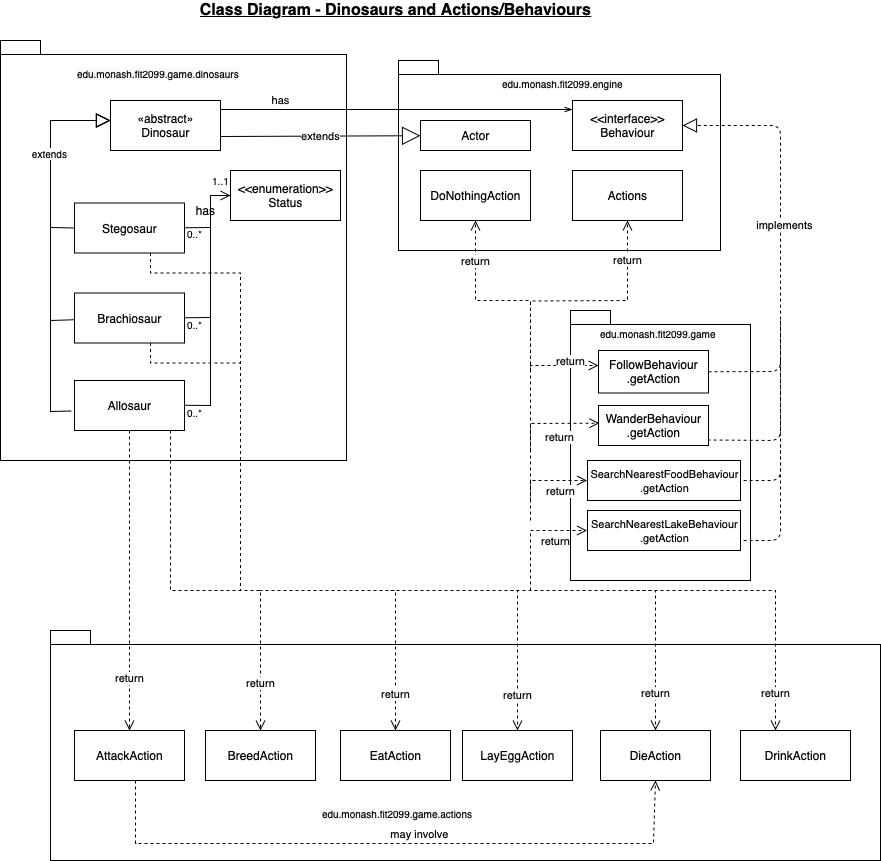
Above: assignment_workings/Class Diagram - Dinosaurs and Actions_Behaviours.png in mltw/fit2099-jurassic-park-2021 (draw.io), before the change. Source tidied: cells renumbered, new cells last; positions are measured from the earlier drawing's top-left corner, leaving out a move shared by most shapes.
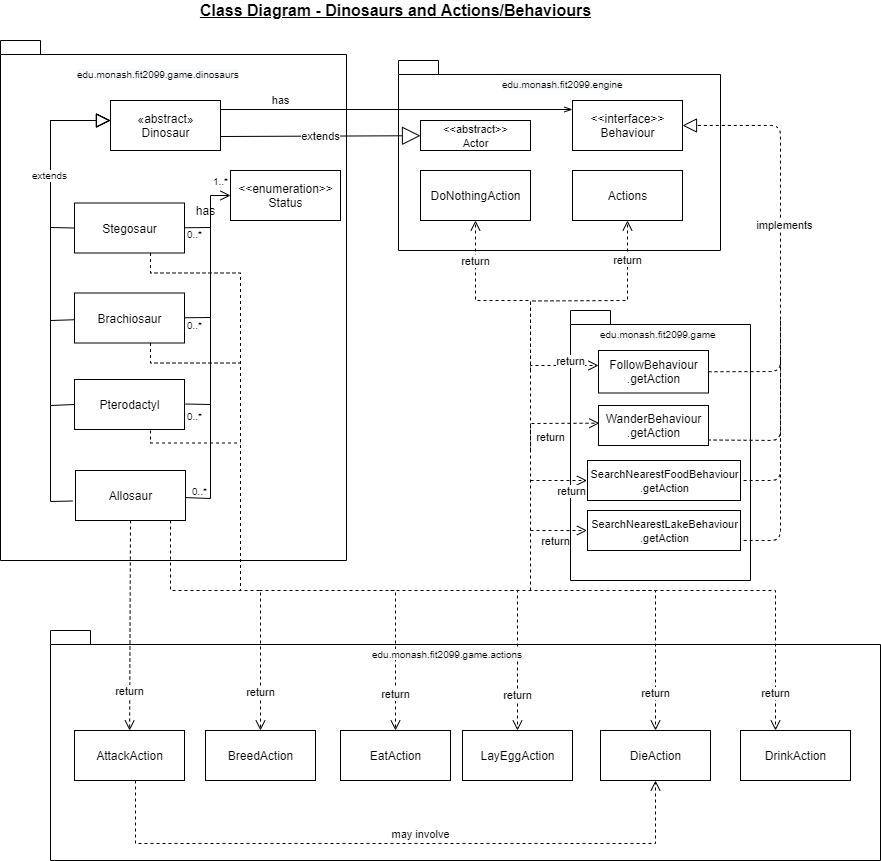
Later version of the same file.

Commit message:
update Class Diagram - Dinosaurs and Actions_Behaviours

Diff of the diagram source:
```diff
@@ -9,7 +9,7 @@
       <mxGeometry x="398" y="60" width="322" height="190" as="geometry" />
     </mxCell>
     <mxCell id="4" style="shape=folder;fontStyle=1;spacingTop=10;tabWidth=40;tabHeight=14;tabPosition=left;html=1;" parent="1" vertex="1">
-      <mxGeometry y="40" width="346" height="420" as="geometry" />
+      <mxGeometry y="40" width="346" height="520" as="geometry" />
     </mxCell>
     <mxCell id="5" style="shape=folder;fontStyle=1;spacingTop=10;tabWidth=40;tabHeight=14;tabPosition=left;html=1;" parent="1" vertex="1">
       <mxGeometry x="570" y="310" width="180" height="270" as="geometry" />
@@ -18,12 +18,12 @@
       <mxGeometry x="74" y="202.5" width="110" height="50" as="geometry" />
     </mxCell>
     <mxCell id="7" value="Allosaur" style="html=1;" parent="1" vertex="1">
-      <mxGeometry x="74" y="380" width="110" height="50" as="geometry" />
+      <mxGeometry x="75" y="470" width="110" height="50" as="geometry" />
     </mxCell>
     <mxCell id="8" value="Brachiosaur" style="html=1;" parent="1" vertex="1">
       <mxGeometry x="74" y="292.5" width="110" height="50" as="geometry" />
     </mxCell>
-    <mxCell id="9" value="Actor" style="html=1;" parent="1" vertex="1">
+    <mxCell id="9" value="&lt;font style=&quot;font-size: 11px&quot;&gt;&amp;lt;&amp;lt;abstract&amp;gt;&amp;gt;&lt;br&gt;Actor&lt;/font&gt;" style="html=1;" parent="1" vertex="1">
       <mxGeometry x="420" y="120" width="110" height="30" as="geometry" />
     </mxCell>
     <mxCell id="10" style="endArrow=block;endFill=0;endSize=12;html=1;fontSize=6;rounded=0;" parent="1" edge="1" source="8">
@@ -48,7 +48,7 @@
       <mxGeometry relative="1" as="geometry">
         <mxPoint x="110" y="120" as="targetPoint" />
         <Array as="points">
-          <mxPoint x="50" y="411" />
+          <mxPoint x="50" y="501" />
           <mxPoint x="50" y="120" />
         </Array>
       </mxGeometry>
@@ -91,12 +91,11 @@
         </Array>
       </mxGeometry>
     </mxCell>
-    <mxCell id="21" style="html=1;verticalAlign=bottom;endArrow=none;endSize=8;rounded=0;endFill=0;" parent="1" edge="1">
+    <mxCell id="21" style="html=1;verticalAlign=bottom;endArrow=none;endSize=8;rounded=0;endFill=0;" parent="1" edge="1" target="7">
       <mxGeometry relative="1" as="geometry">
         <mxPoint x="210" y="300" as="sourcePoint" />
-        <mxPoint x="184" y="404.8" as="targetPoint" />
         <Array as="points">
-          <mxPoint x="210" y="405" />
+          <mxPoint x="210" y="498" />
         </Array>
       </mxGeometry>
     </mxCell>
@@ -126,7 +125,7 @@
     </mxCell>
     <mxCell id="30" value="return" style="html=1;verticalAlign=bottom;endArrow=open;dashed=1;endSize=8;rounded=0;" parent="1" edge="1" target="25">
       <mxGeometry x="0.81" relative="1" as="geometry">
-        <mxPoint x="170" y="430" as="sourcePoint" />
+        <mxPoint x="170" y="520" as="sourcePoint" />
         <Array as="points">
           <mxPoint x="170" y="590" />
           <mxPoint x="260" y="590" />
@@ -159,7 +158,7 @@
     </mxCell>
     <mxCell id="34" value="return" style="html=1;verticalAlign=bottom;endArrow=open;dashed=1;endSize=8;rounded=0;entryX=0.008;entryY=0.442;entryDx=0;entryDy=0;entryPerimeter=0;" parent="1" edge="1" target="29">
       <mxGeometry x="0.45" y="-23" relative="1" as="geometry">
-        <mxPoint x="530" y="500" as="sourcePoint" />
+        <mxPoint x="530" y="530" as="sourcePoint" />
         <Array as="points">
           <mxPoint x="530" y="423" />
         </Array>
@@ -223,7 +222,7 @@
       <mxGeometry x="598" y="320" width="160" height="30" as="geometry" />
     </mxCell>
     <mxCell id="43" value="&lt;span style=&quot;color: rgb(0 , 0 , 0) ; font-family: &amp;#34;helvetica&amp;#34; ; font-size: 10px ; font-style: normal ; font-weight: 400 ; letter-spacing: normal ; text-align: center ; text-indent: 0px ; text-transform: none ; word-spacing: 0px ; background-color: rgb(248 , 249 , 250) ; display: inline ; float: none&quot;&gt;edu.monash.fit2099.game.actions&lt;/span&gt;" style="text;whiteSpace=wrap;html=1;" parent="1" vertex="1">
-      <mxGeometry x="320" y="800" width="160" height="30" as="geometry" />
+      <mxGeometry x="370" y="640" width="160" height="30" as="geometry" />
     </mxCell>
     <mxCell id="44" value="&lt;font size=&quot;1&quot;&gt;&lt;b style=&quot;font-size: 16px&quot;&gt;&lt;u&gt;Class Diagram - Dinosaurs and Actions/Behaviours&lt;/u&gt;&lt;/b&gt;&lt;/font&gt;" style="text;html=1;align=center;verticalAlign=middle;strokeColor=none;" parent="1" vertex="1">
       <mxGeometry x="190" width="410" height="20" as="geometry" />
@@ -231,7 +230,7 @@
     <mxCell id="45" value="has" style="text;html=1;align=center;verticalAlign=middle;strokeColor=none;" parent="1" vertex="1">
       <mxGeometry x="190" y="200" width="30" height="20" as="geometry" />
     </mxCell>
-    <mxCell id="46" value="&lt;font style=&quot;font-size: 10px&quot;&gt;1..1&lt;/font&gt;" style="text;html=1;align=center;verticalAlign=middle;strokeColor=none;" parent="1" vertex="1">
+    <mxCell id="46" value="&lt;font style=&quot;font-size: 10px&quot;&gt;1..*&lt;/font&gt;" style="text;html=1;align=center;verticalAlign=middle;strokeColor=none;" parent="1" vertex="1">
       <mxGeometry x="205" y="170" width="30" height="20" as="geometry" />
     </mxCell>
     <mxCell id="47" value="&lt;font style=&quot;font-size: 10px&quot;&gt;0..*&lt;/font&gt;" style="text;html=1;align=center;verticalAlign=middle;strokeColor=none;" parent="1" vertex="1">
@@ -241,7 +240,7 @@
       <mxGeometry x="179" y="314" width="30" height="20" as="geometry" />
     </mxCell>
     <mxCell id="49" value="&lt;font style=&quot;font-size: 10px&quot;&gt;0..*&lt;/font&gt;" style="text;html=1;align=center;verticalAlign=middle;strokeColor=none;" parent="1" vertex="1">
-      <mxGeometry x="179" y="402" width="30" height="20" as="geometry" />
+      <mxGeometry x="184" y="480" width="30" height="20" as="geometry" />
     </mxCell>
     <mxCell id="50" value="&amp;lt;&amp;lt;interface&amp;gt;&amp;gt;&lt;br&gt;Behaviour" style="html=1;" parent="1" vertex="1">
       <mxGeometry x="572" y="100" width="110" height="50" as="geometry" />
@@ -279,7 +278,7 @@
         <mxPoint x="655" y="780" as="targetPoint" />
         <Array as="points">
           <mxPoint x="135" y="843" />
-          <mxPoint x="653" y="843" />
+          <mxPoint x="655" y="843" />
         </Array>
       </mxGeometry>
     </mxCell>
@@ -298,7 +297,7 @@
     </mxCell>
     <mxCell id="58" value="return" style="html=1;verticalAlign=bottom;endArrow=open;dashed=1;endSize=8;rounded=0;" parent="1" edge="1">
       <mxGeometry x="0.45" y="-20" relative="1" as="geometry">
-        <mxPoint x="530" y="520" as="sourcePoint" />
+        <mxPoint x="530" y="480" as="sourcePoint" />
         <mxPoint x="586.5" y="480" as="targetPoint" />
         <Array as="points">
           <mxPoint x="530" y="480" />
@@ -339,5 +338,32 @@
         </Array>
       </mxGeometry>
     </mxCell>
+    <mxCell id="64" value="Pterodactyl" style="html=1;" parent="1" vertex="1">
+      <mxGeometry x="74" y="379" width="110" height="50" as="geometry" />
+    </mxCell>
+    <mxCell id="65" style="html=1;verticalAlign=bottom;endArrow=none;dashed=1;endSize=8;endFill=0;rounded=0;" parent="1" edge="1">
+      <mxGeometry relative="1" as="geometry">
+        <mxPoint x="150" y="430" as="sourcePoint" />
+        <mxPoint x="240" y="443" as="targetPoint" />
+        <Array as="points">
+          <mxPoint x="150" y="442.5" />
+          <mxPoint x="240" y="442.5" />
+        </Array>
+      </mxGeometry>
+    </mxCell>
+    <mxCell id="66" value="&lt;font style=&quot;font-size: 10px&quot;&gt;0..*&lt;/font&gt;" style="text;html=1;align=center;verticalAlign=middle;strokeColor=none;" parent="1" vertex="1">
+      <mxGeometry x="179" y="405" width="30" height="20" as="geometry" />
+    </mxCell>
+    <mxCell id="67" style="endArrow=none;html=1;entryX=0;entryY=0.5;entryDx=0;entryDy=0;" parent="1" edge="1" target="64">
+      <mxGeometry relative="1" as="geometry">
+        <mxPoint x="50" y="405" as="sourcePoint" />
+      </mxGeometry>
+    </mxCell>
+    <mxCell id="68" style="endArrow=none;html=1;" parent="1" edge="1">
+      <mxGeometry relative="1" as="geometry">
+        <mxPoint x="185" y="403.5" as="sourcePoint" />
+        <mxPoint x="210" y="404" as="targetPoint" />
+      </mxGeometry>
+    </mxCell>
   </root>
 </mxGraphModel>
```
